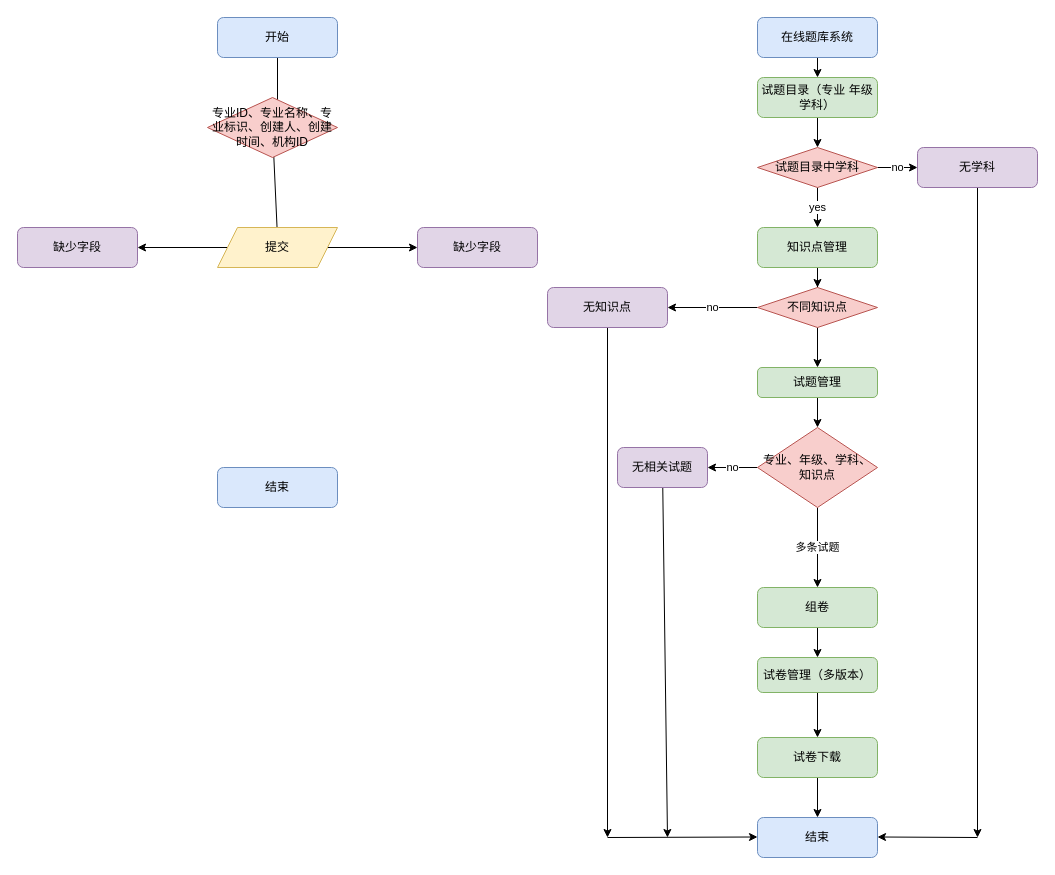
zxy0121/- keeps this draw.io diagram as Untitled Diagram.drawio. Above is the earlier version. Source tidied: cells renumbered, new cells numbered last; positions are measured from the earlier drawing's top-left corner, leaving out a move shared by most shapes. Both pictures are drawn from the tidied source at 100%, with x=0, y=0 at pixel (17, 17).
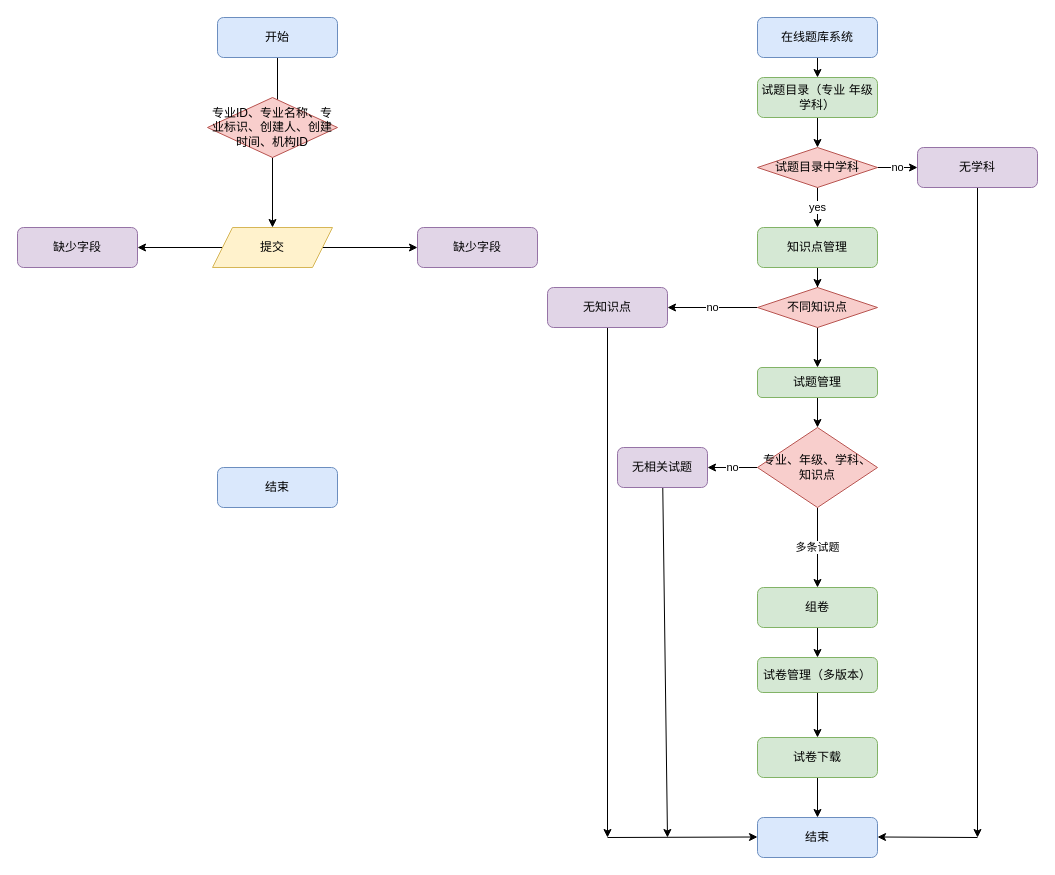
The same diagram, later.

The change refers to these unchanged cells:
```xml
<mxCell id="39" value="专业ID、专业名称、专业标识、创建人、创建时间、机构ID" style="rhombus;whiteSpace=wrap;html=1;fillColor=#f8cecc;strokeColor=#b85450;" parent="1" vertex="1">
  <mxGeometry x="190" y="80" width="130" height="60" as="geometry" />
</mxCell>
```

Change to the diagram source:
```diff
@@
-    <mxCell id="38" style="edgeStyle=none;rounded=0;jettySize=auto;html=1;" parent="1" edge="1" source="39">
-      <mxGeometry relative="1" as="geometry">
-        <mxPoint x="260" y="220" as="targetPoint" />
-      </mxGeometry>
-    </mxCell>
+    <mxCell id="45" style="edgeStyle=orthogonalEdgeStyle;rounded=0;jettySize=auto;html=1;" parent="1" edge="1" source="39" target="43">
+      <mxGeometry relative="1" as="geometry" />
+    </mxCell>
@@
     <mxCell id="43" value="提交" style="shape=parallelogram;perimeter=parallelogramPerimeter;whiteSpace=wrap;html=1;fixedSize=1;fillColor=#fff2cc;strokeColor=#d6b656;" parent="1" vertex="1">
-      <mxGeometry x="200" y="210" width="120" height="40" as="geometry" />
+      <mxGeometry x="195" y="210" width="120" height="40" as="geometry" />
     </mxCell>
```
